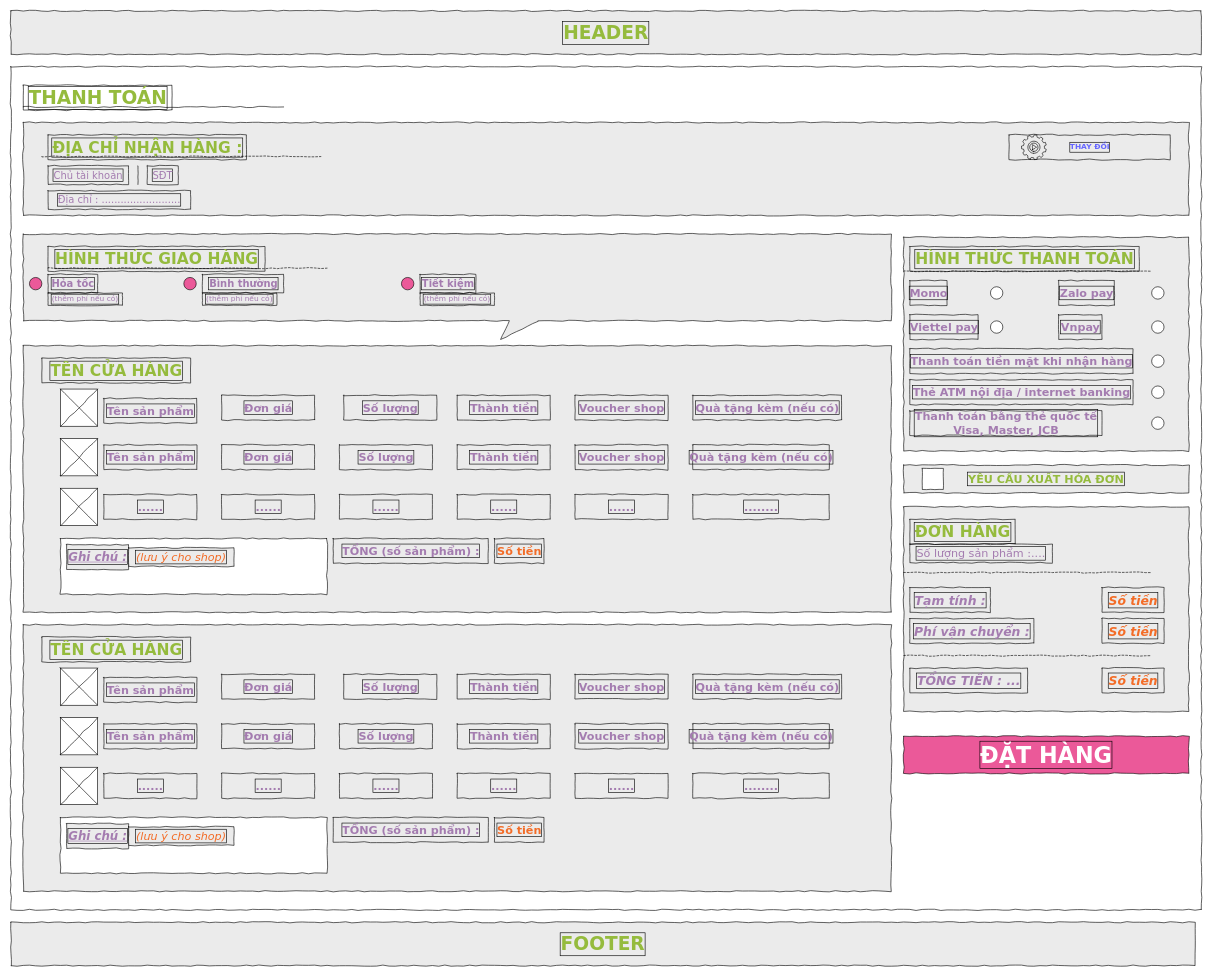
The draw.io diagram page "checkout" (5 of 5) of 3. Applications/1. Design (UI-UX)/1. Wireframe/Nghia-Wireframe.drawio in XiaoYuki2010/Classroom-GSS0123, before the edit. Source tidied: cells renumbered, new cells numbered last; positions are measured from the earlier drawing's top-left corner, leaving out a move shared by most shapes. Both pictures are drawn from the tidied source at 62%, with x=0, y=0 at pixel (11, 11).
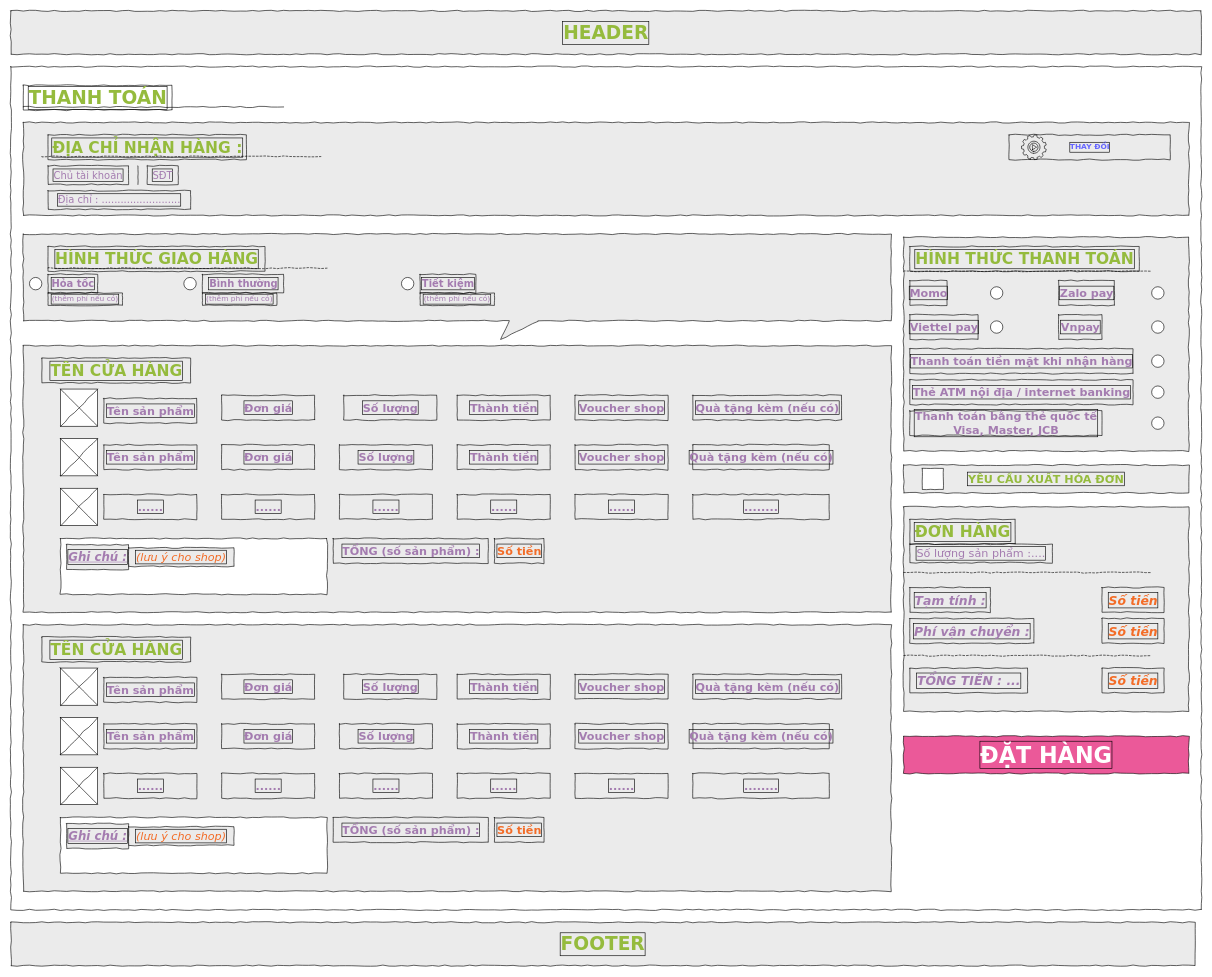
Above is the later version.

Diff of the diagram source:
```diff
@@
-    <mxCell id="17" style="ellipse;whiteSpace=wrap;html=1;shadow=0;strokeColor=#000000;strokeWidth=1;fontSize=12;fontColor=#000000;fillColor=#EB5999;fontFamily=Verdana;rounded=0;glass=0;labelBackgroundColor=none;labelBorderColor=default;sketch=0;hachureGap=4;jiggle=2;curveFitting=1;comic=1;" parent="1" vertex="1">
+    <mxCell id="17" style="ellipse;whiteSpace=wrap;html=1;shadow=0;strokeColor=#000000;strokeWidth=1;fontSize=12;fontColor=#000000;fillColor=#FFFFFF;fontFamily=Verdana;rounded=0;glass=0;labelBackgroundColor=none;labelBorderColor=default;sketch=0;hachureGap=4;jiggle=2;curveFitting=1;comic=1;" parent="1" vertex="1">
       <mxGeometry x="30" y="430" width="20" height="20" as="geometry" />
     </mxCell>
-    <mxCell id="18" style="ellipse;whiteSpace=wrap;html=1;shadow=0;strokeColor=#000000;strokeWidth=1;fontSize=12;fontColor=#000000;fillColor=#EB5999;fontFamily=Verdana;rounded=0;glass=0;labelBackgroundColor=none;labelBorderColor=default;sketch=0;hachureGap=4;jiggle=2;curveFitting=1;comic=1;" parent="1" vertex="1">
+    <mxCell id="18" style="ellipse;whiteSpace=wrap;html=1;shadow=0;strokeColor=#000000;strokeWidth=1;fontSize=12;fontColor=#000000;fillColor=#FFFFFF;fontFamily=Verdana;rounded=0;glass=0;labelBackgroundColor=none;labelBorderColor=default;sketch=0;hachureGap=4;jiggle=2;curveFitting=1;comic=1;" parent="1" vertex="1">
       <mxGeometry x="279" y="430" width="20" height="20" as="geometry" />
     </mxCell>
@@
-    <mxCell id="23" style="ellipse;whiteSpace=wrap;html=1;shadow=0;strokeColor=#000000;strokeWidth=1;fontSize=12;fontColor=#000000;fillColor=#EB5999;fontFamily=Verdana;rounded=0;glass=0;labelBackgroundColor=none;labelBorderColor=default;sketch=0;hachureGap=4;jiggle=2;curveFitting=1;comic=1;" parent="1" vertex="1">
+    <mxCell id="23" style="ellipse;whiteSpace=wrap;html=1;shadow=0;strokeColor=#000000;strokeWidth=1;fontSize=12;fontColor=#000000;fillColor=#FFFFFF;fontFamily=Verdana;rounded=0;glass=0;labelBackgroundColor=none;labelBorderColor=default;sketch=0;hachureGap=4;jiggle=2;curveFitting=1;comic=1;" parent="1" vertex="1">
       <mxGeometry x="630" y="430" width="20" height="20" as="geometry" />
     </mxCell>
```
